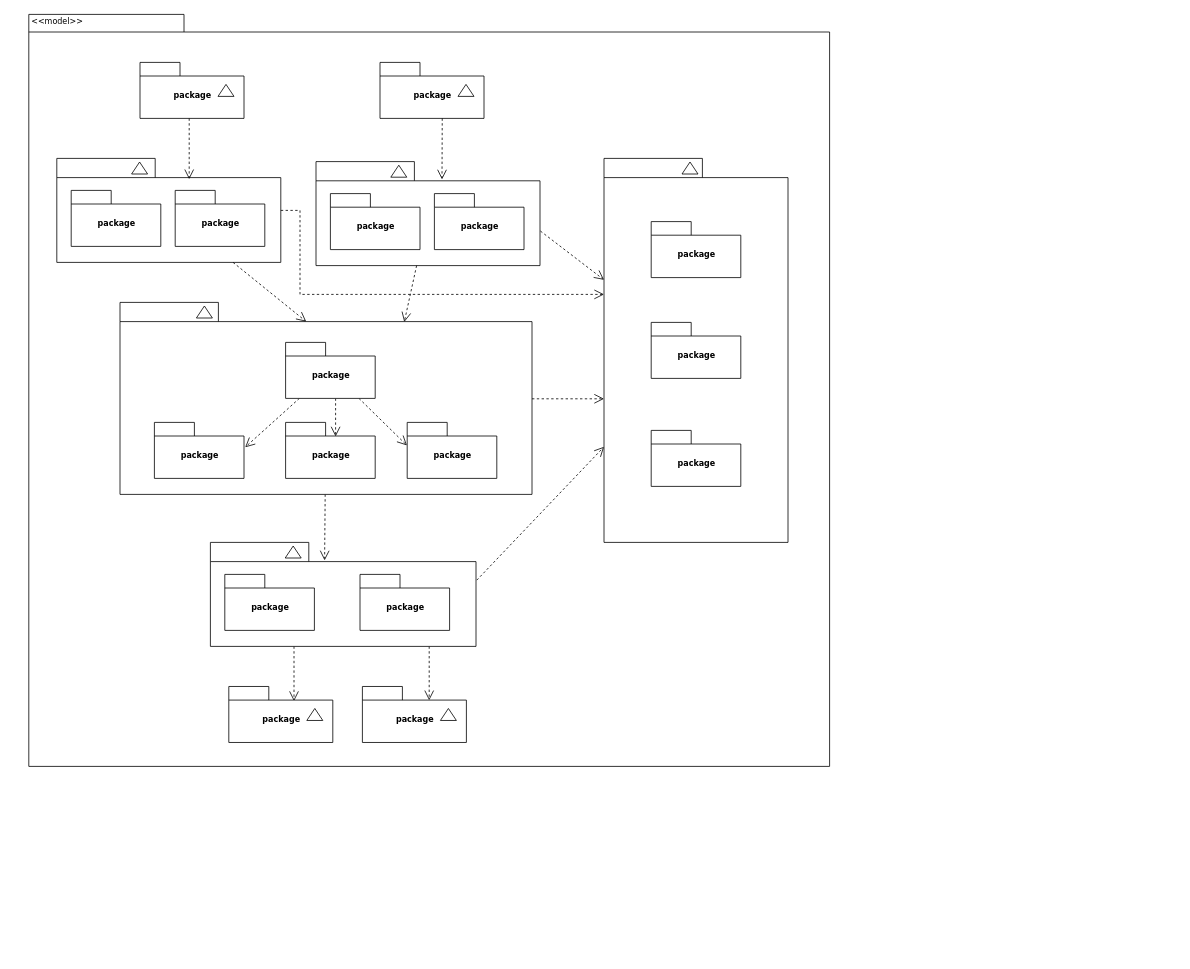
Earlier version of the draw.io diagram momo架构.drawio (zFDT/Android). Source tidied: cells renumbered, new cells numbered last; positions are measured from the earlier drawing's top-left corner, leaving out a move shared by most shapes. Both pictures are drawn from the tidied source at 80%, with x=0, y=0 at pixel (28, 14).
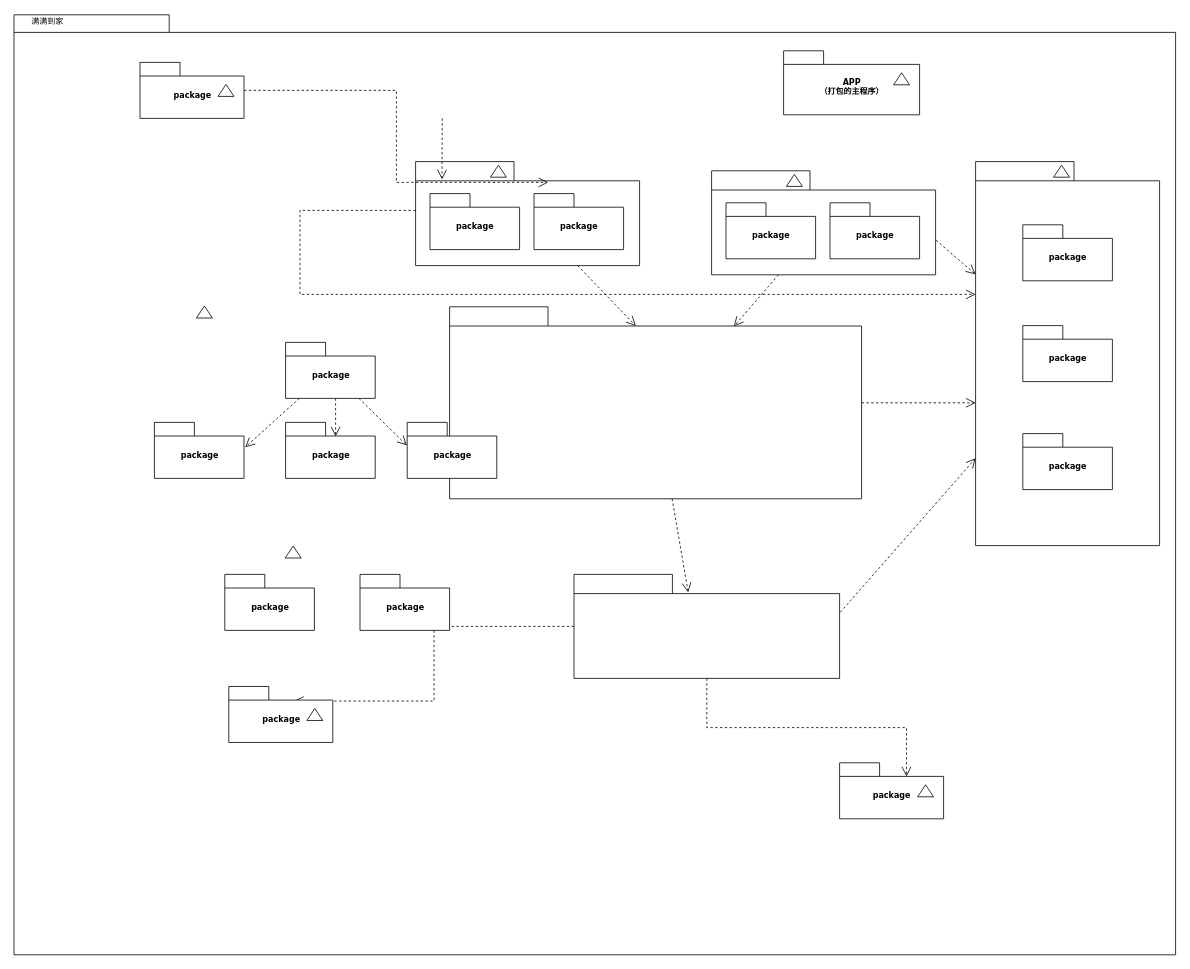
After the change.

What changed in the source:
```diff
@@
     <mxCell id="2" style="shape=folder;fontStyle=1;spacingTop=10;tabWidth=194;tabHeight=22;tabPosition=left;html=1;rounded=0;shadow=0;comic=0;labelBackgroundColor=none;strokeWidth=1;fillColor=none;fontFamily=Verdana;fontSize=10;align=center;" parent="1" vertex="1">
-      <mxGeometry x="0.5" y="0.5" width="1001" height="940" as="geometry" />
+      <mxGeometry x="-18" y="1" width="1452" height="1175" as="geometry" />
     </mxCell>
@@
     <mxCell id="6" style="group;" parent="1" vertex="1">
-      <mxGeometry x="439.5" y="60.5" width="130" height="70" as="geometry" />
+      <mxGeometry x="984" y="46" width="130" height="80" as="geometry" />
     </mxCell>
-    <mxCell id="7" value="package" style="shape=folder;fontStyle=1;spacingTop=10;tabWidth=50;tabHeight=17;tabPosition=left;html=1;rounded=0;shadow=0;comic=0;labelBackgroundColor=none;strokeWidth=1;fontFamily=Verdana;fontSize=10;align=center;" parent="6" vertex="1">
-      <mxGeometry width="130" height="70" as="geometry" />
+    <mxCell id="7" value="APP&lt;br&gt;（打包的主程序）" style="shape=folder;fontStyle=1;spacingTop=10;tabWidth=50;tabHeight=17;tabPosition=left;html=1;rounded=0;shadow=0;comic=0;labelBackgroundColor=none;strokeWidth=1;fontFamily=Verdana;fontSize=10;align=center;" parent="6" vertex="1">
+      <mxGeometry x="-40" width="170" height="80" as="geometry" />
     </mxCell>
@@
     <mxCell id="9" style="group;" parent="1" vertex="1">
-      <mxGeometry x="35.5" y="180.5" width="280" height="130" as="geometry" />
+      <mxGeometry x="484" y="184.5" width="280" height="130" as="geometry" />
     </mxCell>
@@
     <mxCell id="14" style="group;" parent="1" vertex="1">
-      <mxGeometry x="359.5" y="184.5" width="280" height="130" as="geometry" />
+      <mxGeometry x="854" y="196" width="280" height="130" as="geometry" />
     </mxCell>
@@
     <mxCell id="19" style="group;" parent="1" vertex="1">
-      <mxGeometry x="719.5" y="180.5" width="230" height="480" as="geometry" />
+      <mxGeometry x="1184" y="184.5" width="230" height="480" as="geometry" />
     </mxCell>
@@
     <mxCell id="28" style="shape=folder;fontStyle=1;spacingTop=10;tabWidth=123;tabHeight=24;tabPosition=left;html=1;rounded=0;shadow=0;comic=0;labelBackgroundColor=none;strokeColor=#000000;strokeWidth=1;fillColor=#ffffff;fontFamily=Verdana;fontSize=10;fontColor=#000000;align=center;" parent="1" vertex="1">
-      <mxGeometry x="114.5" y="360.5" width="515" height="240" as="geometry" />
+      <mxGeometry x="526.5" y="366" width="515" height="240" as="geometry" />
     </mxCell>
@@
     <mxCell id="39" style="shape=folder;fontStyle=1;spacingTop=10;tabWidth=123;tabHeight=24;tabPosition=left;html=1;rounded=0;shadow=0;comic=0;labelBackgroundColor=none;strokeWidth=1;fontFamily=Verdana;fontSize=10;align=center;" parent="1" vertex="1">
-      <mxGeometry x="227.5" y="660.5" width="332" height="130" as="geometry" />
+      <mxGeometry x="682" y="700.5" width="332" height="130" as="geometry" />
     </mxCell>
@@
     <mxCell id="47" style="group;" parent="1" vertex="1">
-      <mxGeometry x="417.5" y="840.6" width="130" height="70" as="geometry" />
+      <mxGeometry x="1014" y="936" width="130" height="70" as="geometry" />
     </mxCell>
@@
-    <mxCell id="56" value="&amp;lt;&amp;lt;model&amp;gt;&amp;gt;" style="text;html=1;align=left;verticalAlign=top;spacingTop=-4;fontSize=10;fontFamily=Verdana;" parent="1" vertex="1">
+    <mxCell id="56" value="满满到家" style="text;html=1;align=left;verticalAlign=top;spacingTop=-4;fontSize=10;fontFamily=Verdana;" parent="1" vertex="1">
       <mxGeometry x="1.5" y="0.5" width="130" height="20" as="geometry" />
     </mxCell>
```
